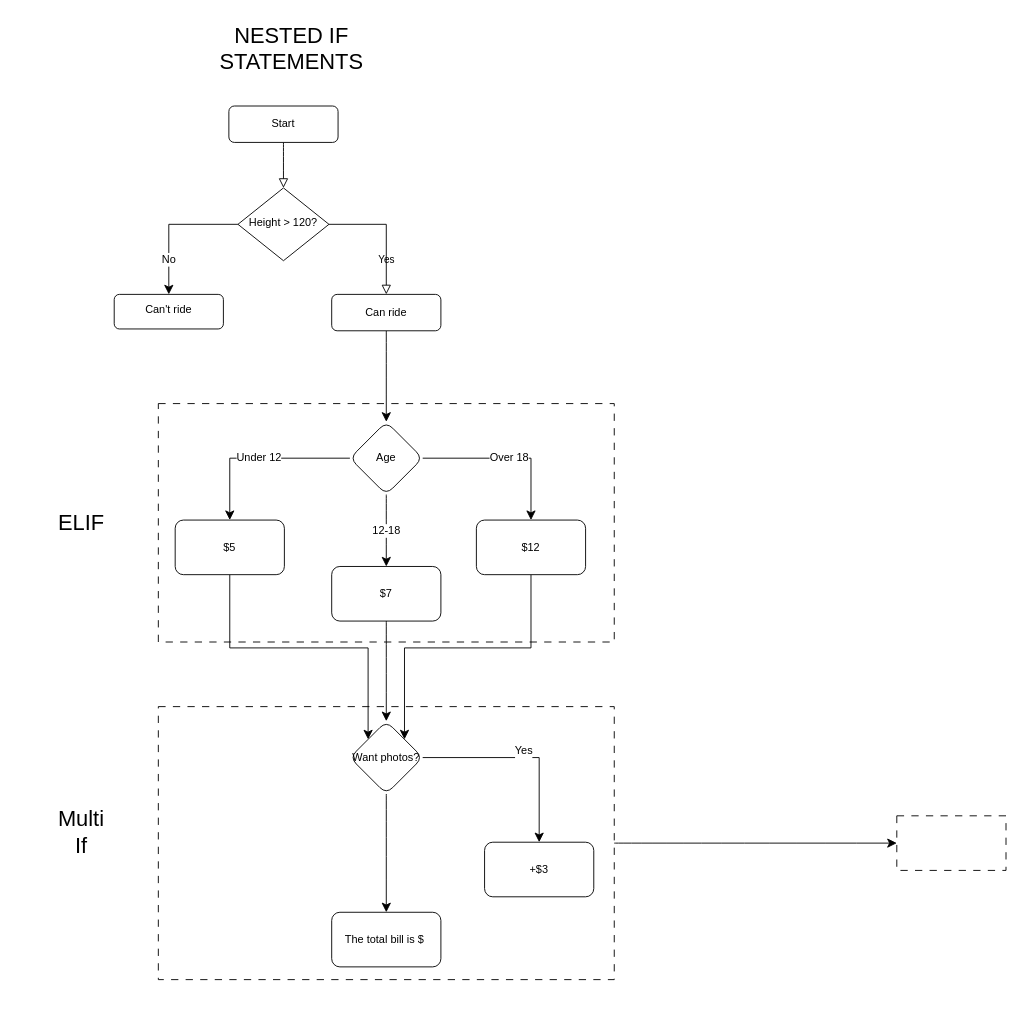
Above: Python Crash Course/100Days/Python Flowchart.drawio in sdathompson/Crash-Course-Collection (draw.io), before the change. Source tidied: cells renumbered, new cells numbered last; positions are measured from the earlier drawing's top-left corner, leaving out a move shared by most shapes. Both pictures are drawn from the tidied source at 91%, with x=0, y=0 at pixel (15, 15).
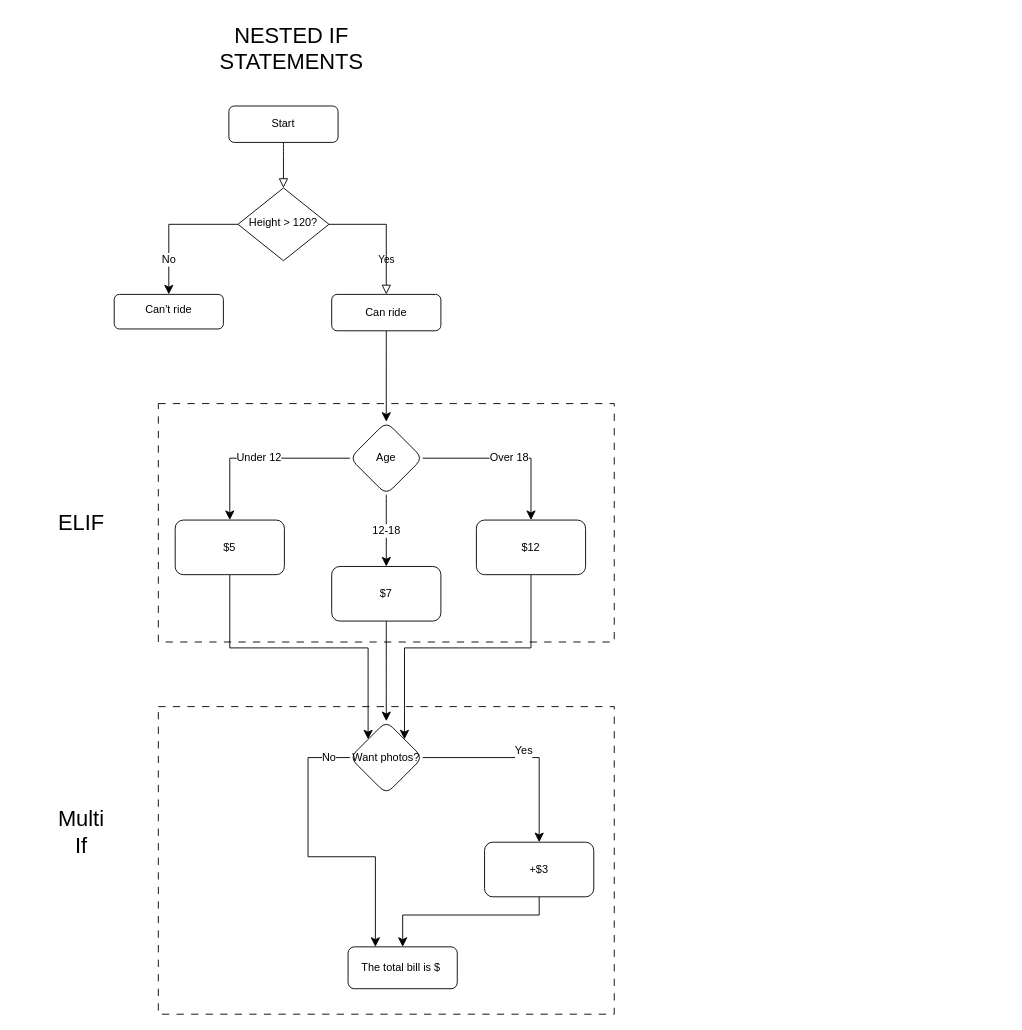
The same page after the edit.

Unchanged cells that the change refers to:
```xml
<mxCell id="25" value="Want photos?" style="rhombus;whiteSpace=wrap;html=1;rounded=1;glass=0;strokeWidth=1;shadow=0;" parent="1" vertex="1">
  <mxGeometry x="367" y="775" width="80" height="80" as="geometry" />
</mxCell>
<mxCell id="26" value="+$3" style="whiteSpace=wrap;html=1;rounded=1;glass=0;strokeWidth=1;shadow=0;" parent="1" vertex="1">
  <mxGeometry x="515" y="908" width="120" height="60" as="geometry" />
</mxCell>
```

The edit, as a diff of the source:
```diff
@@
+    <mxCell id="29" style="rounded=0;whiteSpace=wrap;html=1;fillColor=none;dashed=1;dashPattern=8 8;strokeColor=light-dark(#000000,#99CCFF);" parent="1" vertex="1">
+      <mxGeometry x="156.5" y="759" width="501" height="338" as="geometry" />
+    </mxCell>
@@
-    <mxCell id="24" style="edgeStyle=none;curved=1;rounded=0;jettySize=auto;html=1;fontSize=12;startSize=8;endSize=8;" parent="1" edge="1" source="25" target="27">
-      <mxGeometry relative="1" as="geometry" />
+    <mxCell id="24" value="No" style="edgeStyle=orthogonalEdgeStyle;rounded=0;jettySize=auto;html=1;fontSize=12;startSize=8;endSize=8;entryX=0.25;entryY=0;entryDx=0;entryDy=0;" parent="1" edge="1" source="25" target="27">
+      <mxGeometry x="-0.86" relative="1" as="geometry">
+        <Array as="points">
+          <mxPoint x="321" y="815" />
+          <mxPoint x="321" y="924" />
+          <mxPoint x="395" y="924" />
+        </Array>
+      </mxGeometry>
     </mxCell>
@@
+    <mxCell id="32" style="edgeStyle=orthogonalEdgeStyle;rounded=0;jettySize=auto;html=1;exitX=0.5;exitY=1;exitDx=0;exitDy=0;fontSize=12;startSize=8;endSize=8;entryX=0.5;entryY=0;entryDx=0;entryDy=0;" parent="1" edge="1" source="26" target="27">
+      <mxGeometry relative="1" as="geometry">
+        <Array as="points">
+          <mxPoint x="575" y="988" />
+          <mxPoint x="425" y="988" />
+        </Array>
+      </mxGeometry>
+    </mxCell>
@@
     <mxCell id="27" value="The total bill is $&amp;nbsp;" style="whiteSpace=wrap;html=1;rounded=1;glass=0;strokeWidth=1;shadow=0;" parent="1" vertex="1">
-      <mxGeometry x="347" y="985" width="120" height="60" as="geometry" />
+      <mxGeometry x="365" y="1023" width="120" height="46" as="geometry" />
     </mxCell>
-    <mxCell id="28" style="edgeStyle=none;curved=1;rounded=0;jettySize=auto;html=1;fontSize=12;startSize=8;endSize=8;" parent="1" edge="1" source="29" target="31">
-      <mxGeometry relative="1" as="geometry" />
-    </mxCell>
-    <mxCell id="29" style="rounded=0;whiteSpace=wrap;html=1;fillColor=none;dashed=1;dashPattern=8 8;strokeColor=light-dark(#000000,#99CCFF);" parent="1" vertex="1">
-      <mxGeometry x="156.5" y="759" width="501" height="300" as="geometry" />
-    </mxCell>
@@
-    <mxCell id="31" style="whiteSpace=wrap;html=1;fillColor=none;strokeColor=light-dark(#000000,#99CCFF);rounded=0;dashed=1;dashPattern=8 8;" parent="1" vertex="1">
-      <mxGeometry x="968" y="879" width="120" height="60" as="geometry" />
-    </mxCell>
```
